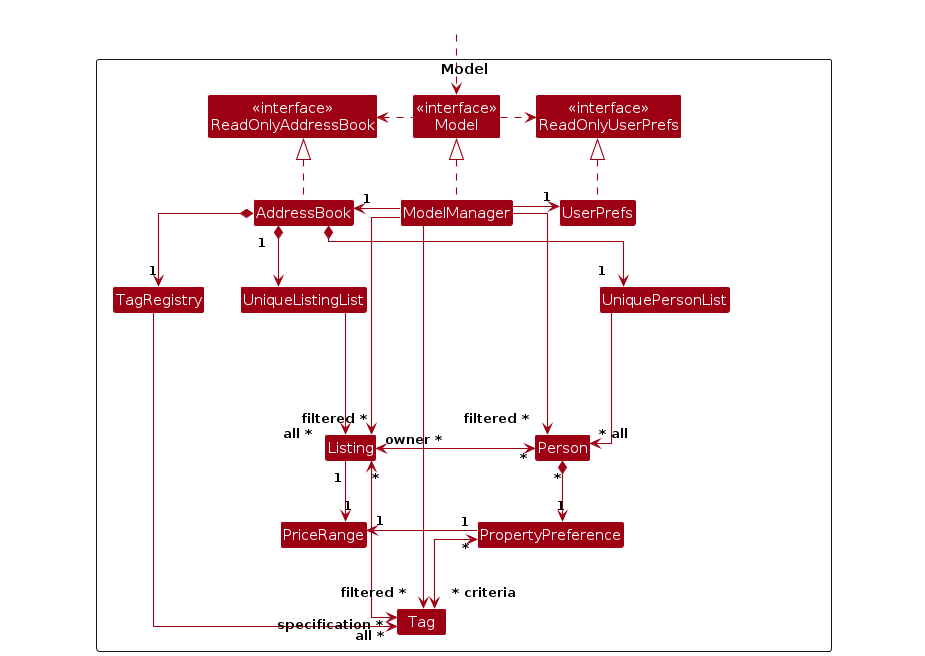
Above: diagrams/ModelClassDiagram.png in AY2425S2-CS2103-F08-3/tp (PlantUML), before the change. Its source is kept beside it as diagrams/ModelClassDiagram.puml.
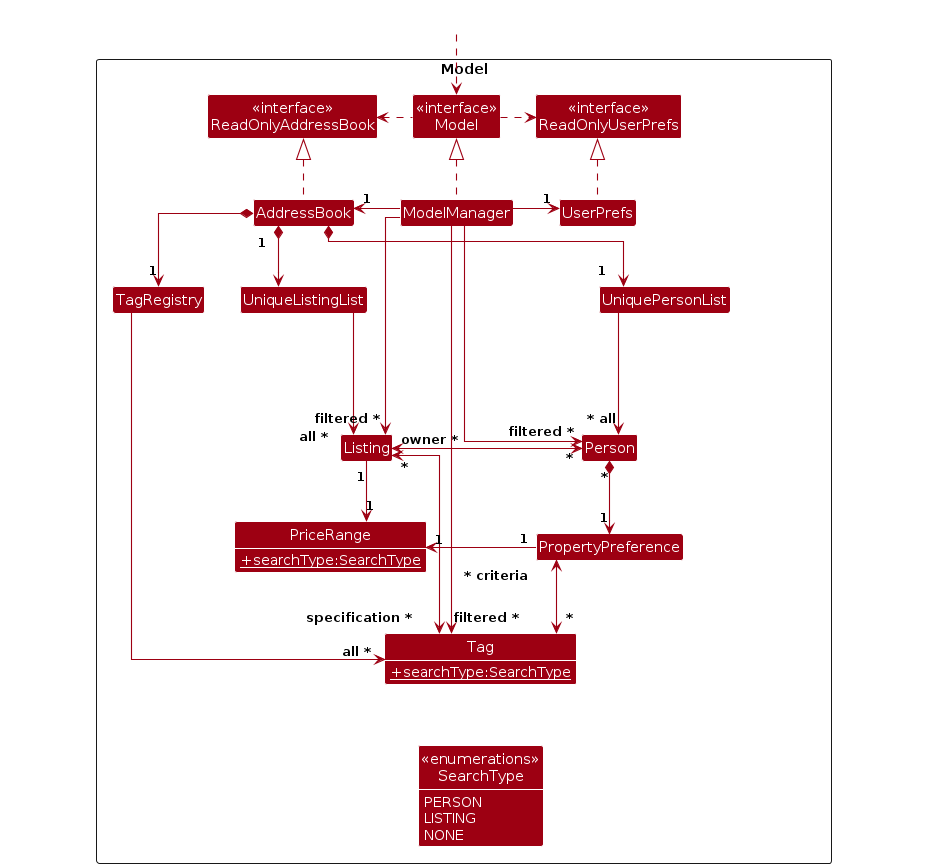
After the change.

Change to the diagram source:
```diff
@@ -3,6 +3,7 @@
 skinparam arrowThickness 1.1
 skinparam arrowColor MODEL_COLOR
 skinparam classBackgroundColor MODEL_COLOR
+skinparam classAttributeFontColor white
 skinparam linetype ortho
 
 Package Model as ModelPackage <<Rectangle>>{
@@ -19,11 +20,21 @@
 Class PropertyPreference
 
 Class TagRegistry
-Class Tag
+Class Tag {
+    {static} + searchType:SearchType
+}
 
 Class UniqueListingList
 Class Listing
-Class PriceRange
+Class PriceRange {
+     {static} + searchType:SearchType
+}
+
+Class "<<enumerations>>\nSearchType" as SearchType {
+    PERSON
+    LISTING
+    NONE
+}
 
 Class A #FFFFFF
 Class B #FFFFFF
@@ -75,5 +86,6 @@
 Person -[hidden]up--> A
 C -[hidden]up-> Listing
 PriceRange -[hidden]left->C
+SearchType -[hidden]up-> Tag
 
 @enduml
```
